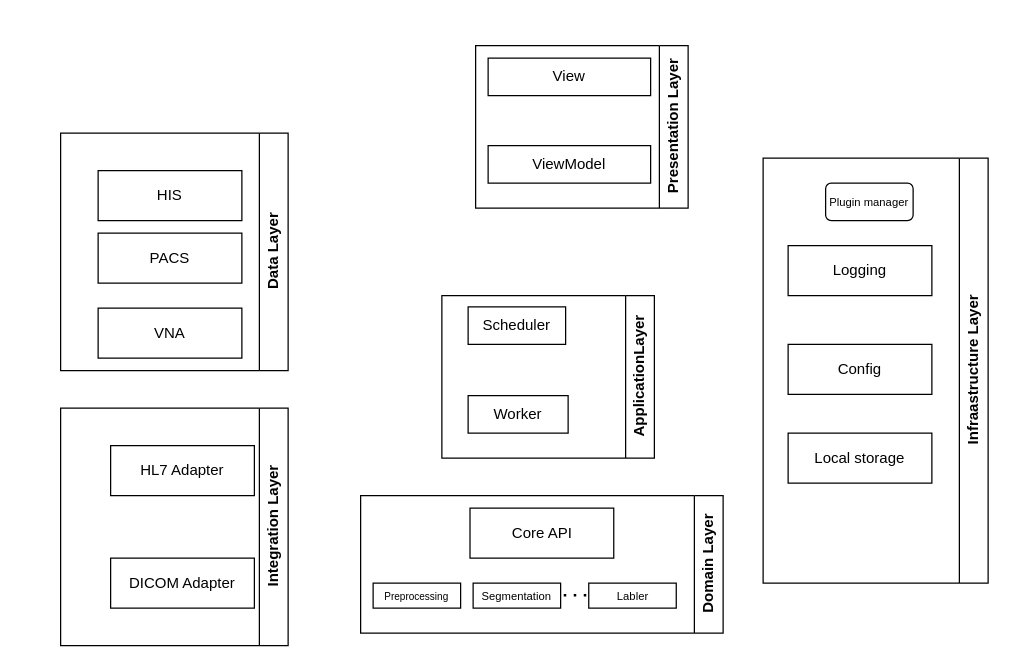
Above: arch.drawio in crisMCh/Diagrams (draw.io), before the change. Source tidied: cells renumbered, new cells numbered last; positions are measured from the earlier drawing's top-left corner, leaving out a move shared by most shapes. Both pictures are drawn from the tidied source at 125%, with x=0, y=0 at pixel (60, 45).
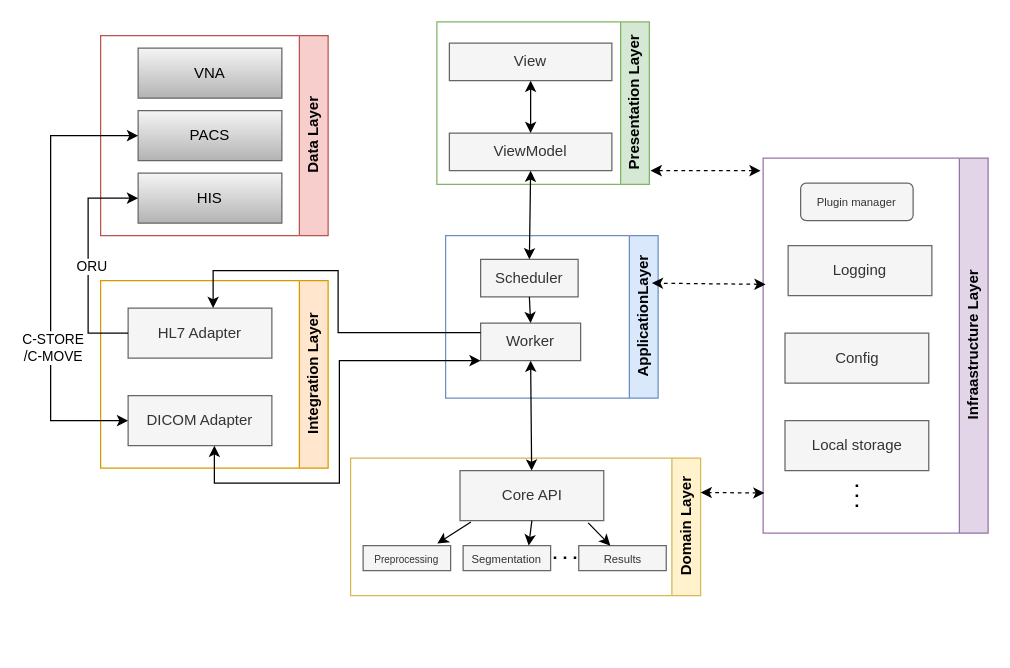
After the change.

Diff of the diagram source:
```diff
@@
-    <mxCell id="2" value="ApplicationLayer" style="swimlane;horizontal=0;whiteSpace=wrap;html=1;direction=west;" parent="1" vertex="1">
-      <mxGeometry x="305" y="200" width="170" height="130" as="geometry" />
+    <mxCell id="2" value="ApplicationLayer" style="swimlane;horizontal=0;whiteSpace=wrap;html=1;direction=west;fillColor=#dae8fc;strokeColor=#6c8ebf;" parent="1" vertex="1">
+      <mxGeometry x="308" y="152" width="170" height="130" as="geometry" />
     </mxCell>
-    <mxCell id="3" value="Scheduler" style="rounded=0;whiteSpace=wrap;html=1;" parent="2" vertex="1">
-      <mxGeometry x="21" y="9" width="78" height="30" as="geometry" />
+    <mxCell id="3" value="Scheduler" style="rounded=0;whiteSpace=wrap;html=1;fillColor=#f5f5f5;strokeColor=#666666;fontColor=#333333;" parent="2" vertex="1">
+      <mxGeometry x="28" y="19" width="78" height="30" as="geometry" />
     </mxCell>
-    <mxCell id="4" value="Worker" style="rounded=0;whiteSpace=wrap;html=1;" parent="2" vertex="1">
-      <mxGeometry x="21" y="80" width="80" height="30" as="geometry" />
+    <mxCell id="4" value="Worker" style="rounded=0;whiteSpace=wrap;html=1;fillColor=#f5f5f5;strokeColor=#666666;fontColor=#333333;" parent="2" vertex="1">
+      <mxGeometry x="28" y="70" width="80" height="30" as="geometry" />
     </mxCell>
+    <mxCell id="26" style="endArrow=classic;html=1;rounded=0;exitX=0.5;exitY=1;exitDx=0;exitDy=0;entryX=0.5;entryY=0;entryDx=0;entryDy=0;" parent="2" edge="1" source="3" target="4">
+      <mxGeometry relative="1" as="geometry" />
+    </mxCell>
-    <mxCell id="5" value="Presentation Layer" style="swimlane;horizontal=0;whiteSpace=wrap;html=1;direction=west;" parent="1" vertex="1">
-      <mxGeometry x="332" width="170" height="130" as="geometry" />
+    <mxCell id="5" value="Presentation Layer" style="swimlane;horizontal=0;whiteSpace=wrap;html=1;direction=west;fillColor=#d5e8d4;strokeColor=#82b366;" parent="1" vertex="1">
+      <mxGeometry x="301" y="-19" width="170" height="130" as="geometry" />
     </mxCell>
-    <mxCell id="6" value="View" style="rounded=0;whiteSpace=wrap;html=1;" parent="5" vertex="1">
-      <mxGeometry x="10" y="10" width="130" height="30" as="geometry" />
+    <mxCell id="6" value="View" style="rounded=0;whiteSpace=wrap;html=1;fillColor=#f5f5f5;fontColor=#333333;strokeColor=#666666;" parent="5" vertex="1">
+      <mxGeometry x="10" y="17" width="130" height="30" as="geometry" />
     </mxCell>
-    <mxCell id="7" value="ViewModel" style="rounded=0;whiteSpace=wrap;html=1;" parent="5" vertex="1">
-      <mxGeometry x="10" y="80" width="130" height="30" as="geometry" />
+    <mxCell id="7" value="ViewModel" style="rounded=0;whiteSpace=wrap;html=1;fillColor=#f5f5f5;strokeColor=#666666;fontColor=#333333;" parent="5" vertex="1">
+      <mxGeometry x="10" y="89" width="130" height="30" as="geometry" />
     </mxCell>
+    <mxCell id="27" style="endArrow=classic;startArrow=classic;html=1;rounded=0;entryX=0.5;entryY=1;entryDx=0;entryDy=0;" parent="5" edge="1" source="7" target="6">
+      <mxGeometry relative="1" as="geometry" />
+    </mxCell>
-    <mxCell id="8" value="Domain Layer" style="swimlane;horizontal=0;whiteSpace=wrap;html=1;direction=west;" parent="1" vertex="1">
-      <mxGeometry x="240" y="360" width="290" height="110" as="geometry" />
+    <mxCell id="8" value="Domain Layer" style="swimlane;horizontal=0;whiteSpace=wrap;html=1;direction=west;fillColor=#fff2cc;strokeColor=#d6b656;" parent="1" vertex="1">
+      <mxGeometry x="232" y="330" width="280" height="110" as="geometry" />
     </mxCell>
-    <mxCell id="9" value="Core API" style="rounded=0;whiteSpace=wrap;html=1;" parent="8" vertex="1">
+    <mxCell id="9" value="Core API" style="rounded=0;whiteSpace=wrap;html=1;fillColor=#f5f5f5;strokeColor=#666666;fontColor=#333333;" parent="8" vertex="1">
       <mxGeometry x="87.5" y="10" width="115" height="40" as="geometry" />
     </mxCell>
-    <mxCell id="10" value="&lt;font style=&quot;font-size: 8px;&quot;&gt;Preprocessing&lt;/font&gt;" style="rounded=0;whiteSpace=wrap;html=1;" parent="8" vertex="1">
+    <mxCell id="10" value="&lt;font style=&quot;font-size: 8px;&quot;&gt;Preprocessing&lt;/font&gt;" style="rounded=0;whiteSpace=wrap;html=1;fillColor=#f5f5f5;strokeColor=#666666;fontColor=#333333;" parent="8" vertex="1">
       <mxGeometry x="10" y="70" width="70" height="20" as="geometry" />
     </mxCell>
-    <mxCell id="11" value="&lt;font style=&quot;font-size: 9px;&quot;&gt;Segmentation&lt;/font&gt;" style="rounded=0;whiteSpace=wrap;html=1;" parent="8" vertex="1">
+    <mxCell id="11" value="&lt;font style=&quot;font-size: 9px;&quot;&gt;Segmentation&lt;/font&gt;" style="rounded=0;whiteSpace=wrap;html=1;fillColor=#f5f5f5;strokeColor=#666666;fontColor=#333333;" parent="8" vertex="1">
       <mxGeometry x="90" y="70" width="70" height="20" as="geometry" />
     </mxCell>
@@
-    <mxCell id="13" value="&lt;font style=&quot;font-size: 9px;&quot;&gt;Labler&lt;/font&gt;" style="rounded=0;whiteSpace=wrap;html=1;" parent="8" vertex="1">
+    <mxCell id="13" value="&lt;font style=&quot;font-size: 9px;&quot;&gt;Results&lt;/font&gt;" style="rounded=0;whiteSpace=wrap;html=1;fillColor=#f5f5f5;strokeColor=#666666;fontColor=#333333;" parent="8" vertex="1">
       <mxGeometry x="182.5" y="70" width="70" height="20" as="geometry" />
     </mxCell>
+    <mxCell id="28" style="endArrow=classic;html=1;rounded=0;exitX=0.5;exitY=1;exitDx=0;exitDy=0;entryX=0.75;entryY=0;entryDx=0;entryDy=0;" parent="8" edge="1" source="9" target="11">
+      <mxGeometry relative="1" as="geometry" />
+    </mxCell>
+    <mxCell id="29" style="endArrow=classic;html=1;rounded=0;exitX=0.892;exitY=1.044;exitDx=0;exitDy=0;exitPerimeter=0;" parent="8" edge="1" source="9" target="13">
+      <mxGeometry relative="1" as="geometry" />
+    </mxCell>
+    <mxCell id="30" style="endArrow=classic;html=1;rounded=0;exitX=0.076;exitY=1.027;exitDx=0;exitDy=0;exitPerimeter=0;entryX=0.848;entryY=-0.084;entryDx=0;entryDy=0;entryPerimeter=0;" parent="8" edge="1" source="9" target="10">
+      <mxGeometry relative="1" as="geometry" />
+    </mxCell>
-    <mxCell id="14" value="Integration Layer" style="swimlane;horizontal=0;whiteSpace=wrap;html=1;direction=west;" parent="1" vertex="1">
-      <mxGeometry y="290" width="182" height="190" as="geometry" />
+    <mxCell id="14" value="Integration Layer" style="swimlane;horizontal=0;whiteSpace=wrap;html=1;direction=west;fillColor=#ffe6cc;strokeColor=#d79b00;" parent="1" vertex="1">
+      <mxGeometry x="32" y="188" width="182" height="150" as="geometry" />
     </mxCell>
-    <mxCell id="15" value="HL7 Adapter" style="rounded=0;whiteSpace=wrap;html=1;" parent="14" vertex="1">
-      <mxGeometry x="40" y="30" width="115" height="40" as="geometry" />
+    <mxCell id="15" value="HL7 Adapter" style="rounded=0;whiteSpace=wrap;html=1;fillColor=#f5f5f5;strokeColor=#666666;fontColor=#333333;" parent="14" vertex="1">
+      <mxGeometry x="22" y="22" width="115" height="40" as="geometry" />
     </mxCell>
-    <mxCell id="16" value="DICOM Adapter" style="rounded=0;whiteSpace=wrap;html=1;" parent="14" vertex="1">
-      <mxGeometry x="40" y="120" width="115" height="40" as="geometry" />
+    <mxCell id="16" value="DICOM Adapter" style="rounded=0;whiteSpace=wrap;html=1;fillColor=#f5f5f5;strokeColor=#666666;fontColor=#333333;" parent="14" vertex="1">
+      <mxGeometry x="22" y="92" width="115" height="40" as="geometry" />
     </mxCell>
-    <mxCell id="17" value="Infraastructure Layer" style="swimlane;horizontal=0;whiteSpace=wrap;html=1;direction=west;" parent="1" vertex="1">
-      <mxGeometry x="562" y="90" width="180" height="340" as="geometry" />
+    <mxCell id="17" value="Infraastructure Layer" style="swimlane;horizontal=0;whiteSpace=wrap;html=1;direction=west;fillColor=#e1d5e7;strokeColor=#9673a6;" parent="1" vertex="1">
+      <mxGeometry x="562" y="90" width="180" height="300" as="geometry" />
     </mxCell>
-    <mxCell id="18" value="Logging" style="rounded=0;whiteSpace=wrap;html=1;" parent="17" vertex="1">
+    <mxCell id="18" value="Logging" style="rounded=0;whiteSpace=wrap;html=1;fillColor=#f5f5f5;strokeColor=#666666;fontColor=#333333;" parent="17" vertex="1">
       <mxGeometry x="20" y="70" width="115" height="40" as="geometry" />
     </mxCell>
-    <mxCell id="19" value="Config" style="rounded=0;whiteSpace=wrap;html=1;" parent="17" vertex="1">
-      <mxGeometry x="20" y="149" width="115" height="40" as="geometry" />
+    <mxCell id="19" value="Config" style="rounded=0;whiteSpace=wrap;html=1;fillColor=#f5f5f5;strokeColor=#666666;fontColor=#333333;" parent="17" vertex="1">
+      <mxGeometry x="17.5" y="140" width="115" height="40" as="geometry" />
     </mxCell>
-    <mxCell id="20" value="Local storage" style="rounded=0;whiteSpace=wrap;html=1;" parent="17" vertex="1">
-      <mxGeometry x="20" y="220" width="115" height="40" as="geometry" />
+    <mxCell id="20" value="Local storage" style="rounded=0;whiteSpace=wrap;html=1;fillColor=#f5f5f5;strokeColor=#666666;fontColor=#333333;" parent="17" vertex="1">
+      <mxGeometry x="17.5" y="210" width="115" height="40" as="geometry" />
     </mxCell>
-    <mxCell id="21" value="&lt;font style=&quot;font-size: 9px;&quot;&gt;Plugin manager&lt;/font&gt;" style="rounded=1;whiteSpace=wrap;html=1;" parent="17" vertex="1">
-      <mxGeometry x="50" y="20" width="70" height="30" as="geometry" />
+    <mxCell id="21" value="&lt;font style=&quot;font-size: 9px;&quot;&gt;Plugin manager&lt;/font&gt;" style="rounded=1;whiteSpace=wrap;html=1;fillColor=#f5f5f5;strokeColor=#666666;fontColor=#333333;" parent="17" vertex="1">
+      <mxGeometry x="30" y="20" width="90" height="30" as="geometry" />
     </mxCell>
+    <mxCell id="31" style="endArrow=none;dashed=1;html=1;dashPattern=1 3;strokeWidth=2;rounded=0;" parent="17" edge="1">
+      <mxGeometry relative="1" as="geometry">
+        <mxPoint x="75" y="261" as="sourcePoint" />
+        <mxPoint x="75" y="279" as="targetPoint" />
+      </mxGeometry>
+    </mxCell>
-    <mxCell id="22" value="Data Layer" style="swimlane;horizontal=0;whiteSpace=wrap;html=1;direction=west;" parent="1" vertex="1">
-      <mxGeometry y="70" width="182" height="190" as="geometry" />
+    <mxCell id="22" value="Data Layer" style="swimlane;horizontal=0;whiteSpace=wrap;html=1;direction=west;fillColor=#f8cecc;strokeColor=#b85450;" parent="1" vertex="1">
+      <mxGeometry x="32" y="-8" width="182" height="160" as="geometry" />
     </mxCell>
-    <mxCell id="23" value="HIS" style="rounded=0;whiteSpace=wrap;html=1;" parent="22" vertex="1">
-      <mxGeometry x="30" y="30" width="115" height="40" as="geometry" />
+    <mxCell id="23" value="VNA" style="rounded=0;whiteSpace=wrap;html=1;fillColor=#f5f5f5;strokeColor=#666666;gradientColor=#b3b3b3;" parent="22" vertex="1">
+      <mxGeometry x="30" y="10" width="115" height="40" as="geometry" />
     </mxCell>
-    <mxCell id="24" value="VNA" style="rounded=0;whiteSpace=wrap;html=1;" parent="22" vertex="1">
-      <mxGeometry x="30" y="140" width="115" height="40" as="geometry" />
+    <mxCell id="24" value="HIS" style="rounded=0;whiteSpace=wrap;html=1;fillColor=#f5f5f5;strokeColor=#666666;gradientColor=#b3b3b3;" parent="22" vertex="1">
+      <mxGeometry x="30" y="110" width="115" height="40" as="geometry" />
     </mxCell>
-    <mxCell id="25" value="PACS" style="rounded=0;whiteSpace=wrap;html=1;" parent="22" vertex="1">
-      <mxGeometry x="30" y="80" width="115" height="40" as="geometry" />
+    <mxCell id="25" value="PACS" style="rounded=0;whiteSpace=wrap;html=1;fillColor=#f5f5f5;strokeColor=#666666;gradientColor=#b3b3b3;" parent="22" vertex="1">
+      <mxGeometry x="30" y="60" width="115" height="40" as="geometry" />
     </mxCell>
+    <mxCell id="32" style="endArrow=classic;startArrow=classic;html=1;rounded=0;entryX=0.5;entryY=1;entryDx=0;entryDy=0;exitX=0.5;exitY=0;exitDx=0;exitDy=0;" parent="1" edge="1" source="3" target="7">
+      <mxGeometry relative="1" as="geometry" />
+    </mxCell>
+    <mxCell id="33" style="endArrow=classic;startArrow=classic;html=1;rounded=0;exitX=0.5;exitY=1;exitDx=0;exitDy=0;" parent="1" edge="1" source="4" target="9">
+      <mxGeometry relative="1" as="geometry" />
+    </mxCell>
+    <mxCell id="34" style="endArrow=classic;startArrow=classic;html=1;rounded=0;dashed=1;" parent="1" edge="1">
+      <mxGeometry relative="1" as="geometry">
+        <mxPoint x="560" y="100" as="sourcePoint" />
+        <mxPoint x="472" y="100" as="targetPoint" />
+      </mxGeometry>
+    </mxCell>
+    <mxCell id="35" style="endArrow=classic;startArrow=classic;html=1;rounded=0;dashed=1;" parent="1" edge="1">
+      <mxGeometry relative="1" as="geometry">
+        <mxPoint x="564" y="191" as="sourcePoint" />
+        <mxPoint x="473" y="190" as="targetPoint" />
+      </mxGeometry>
+    </mxCell>
+    <mxCell id="36" style="endArrow=classic;startArrow=classic;html=1;rounded=0;dashed=1;exitX=0.994;exitY=0.107;exitDx=0;exitDy=0;exitPerimeter=0;entryX=0;entryY=0.75;entryDx=0;entryDy=0;" parent="1" edge="1" source="17" target="8">
+      <mxGeometry relative="1" as="geometry" />
+    </mxCell>
+    <mxCell id="37" style="endArrow=classic;startArrow=classic;html=1;rounded=0;entryX=0;entryY=1;entryDx=0;entryDy=0;" parent="1" edge="1" target="4">
+      <mxGeometry relative="1" as="geometry">
+        <mxPoint x="123" y="320" as="sourcePoint" />
+        <Array as="points">
+          <mxPoint x="123" y="350" />
+          <mxPoint x="223" y="350" />
+          <mxPoint x="223" y="252" />
+        </Array>
+      </mxGeometry>
+    </mxCell>
+    <mxCell id="38" style="edgeStyle=orthogonalEdgeStyle;rounded=0;jettySize=auto;html=1;exitX=0;exitY=0.25;exitDx=0;exitDy=0;" parent="1" edge="1" source="4">
+      <mxGeometry relative="1" as="geometry">
+        <mxPoint x="122" y="210" as="targetPoint" />
+        <Array as="points">
+          <mxPoint x="222" y="229" />
+          <mxPoint x="222" y="180" />
+          <mxPoint x="122" y="180" />
+          <mxPoint x="122" y="209" />
+        </Array>
+      </mxGeometry>
+    </mxCell>
+    <mxCell id="39" style="edgeStyle=orthogonalEdgeStyle;rounded=0;jettySize=auto;html=1;exitX=0;exitY=0.5;exitDx=0;exitDy=0;entryX=0;entryY=0.5;entryDx=0;entryDy=0;" parent="1" edge="1" source="15" target="24">
+      <mxGeometry relative="1" as="geometry">
+        <Array as="points">
+          <mxPoint x="22" y="230" />
+          <mxPoint x="22" y="122" />
+        </Array>
+      </mxGeometry>
+    </mxCell>
+    <mxCell id="40" value="ORU" style="edgeLabel;html=1;align=center;verticalAlign=middle;" parent="39" vertex="1">
+      <mxGeometry x="-0.05" y="-2" relative="1" as="geometry" />
+    </mxCell>
+    <mxCell id="41" style="endArrow=classic;startArrow=classic;html=1;rounded=0;entryX=0;entryY=0.5;entryDx=0;entryDy=0;exitX=0;exitY=0.5;exitDx=0;exitDy=0;" parent="1" edge="1" source="16" target="25">
+      <mxGeometry relative="1" as="geometry">
+        <Array as="points">
+          <mxPoint x="-8" y="300" />
+          <mxPoint x="-8" y="72" />
+        </Array>
+      </mxGeometry>
+    </mxCell>
+    <mxCell id="42" value="&lt;div&gt;C-STORE&lt;/div&gt;&lt;div&gt;/C-MOVE&lt;/div&gt;" style="edgeLabel;html=1;align=center;verticalAlign=middle;" parent="41" vertex="1">
+      <mxGeometry x="-0.33" y="-1" relative="1" as="geometry" />
+    </mxCell>
```
